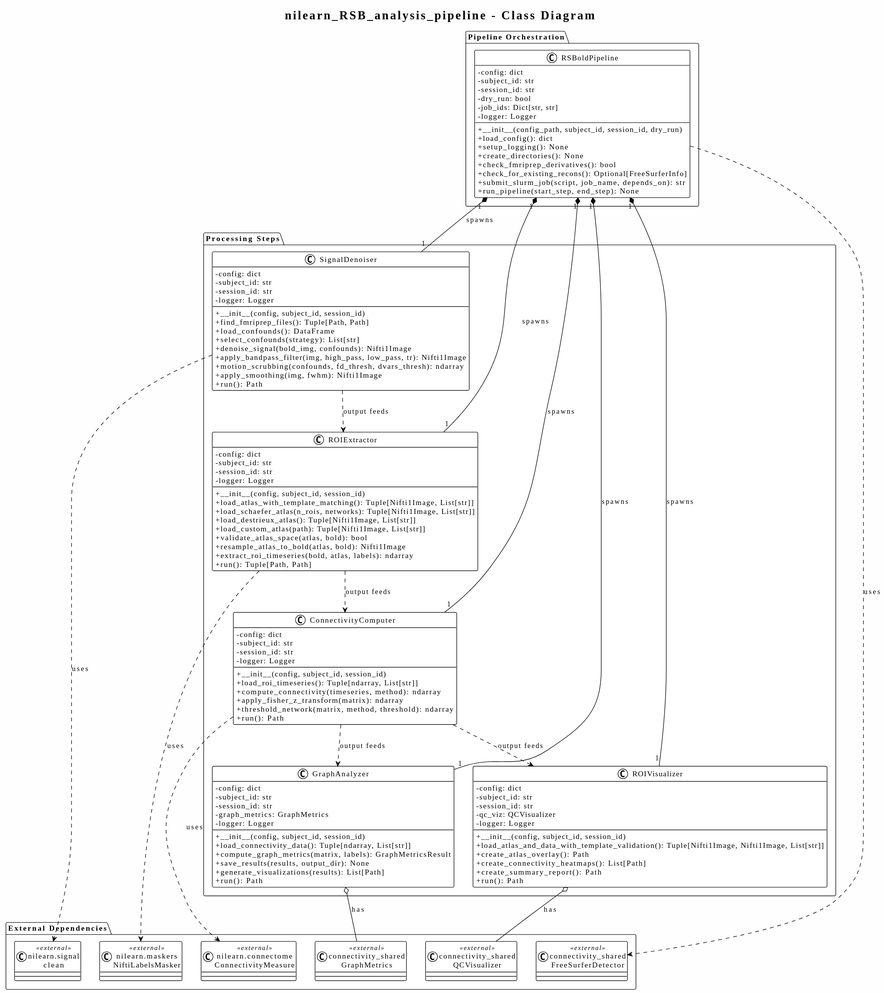
The PlantUML diagram docs/svg/class_fmri_pipeline.svg in MrRichard/combined_connectivity, before a commit. Source of this version:
```plantuml
@startuml
!theme plain
skinparam backgroundColor #FEFEFE
skinparam classAttributeIconSize 0

title nilearn_RSB_analysis_pipeline - Class Diagram

package "Pipeline Orchestration" {

    class RSBoldPipeline {
        -config: dict
        -subject_id: str
        -session_id: str
        -dry_run: bool
        -job_ids: Dict[str, str]
        -logger: Logger
        +__init__(config_path, subject_id, session_id, dry_run)
        +load_config(): dict
        +setup_logging(): None
        +create_directories(): None
        +check_fmriprep_derivatives(): bool
        +check_for_existing_recons(): Optional[FreeSurferInfo]
        +submit_slurm_job(script, job_name, depends_on): str
        +run_pipeline(start_step, end_step): None
    }
}

package "Processing Steps" {

    class SignalDenoiser {
        -config: dict
        -subject_id: str
        -session_id: str
        -logger: Logger
        +__init__(config, subject_id, session_id)
        +find_fmriprep_files(): Tuple[Path, Path]
        +load_confounds(): DataFrame
        +select_confounds(strategy): List[str]
        +denoise_signal(bold_img, confounds): Nifti1Image
        +apply_bandpass_filter(img, high_pass, low_pass, tr): Nifti1Image
        +motion_scrubbing(confounds, fd_thresh, dvars_thresh): ndarray
        +apply_smoothing(img, fwhm): Nifti1Image
        +run(): Path
    }

    class ROIExtractor {
        -config: dict
        -subject_id: str
        -session_id: str
        -logger: Logger
        +__init__(config, subject_id, session_id)
        +load_atlas_with_template_matching(): Tuple[Nifti1Image, List[str]]
        +load_schaefer_atlas(n_rois, networks): Tuple[Nifti1Image, List[str]]
        +load_destrieux_atlas(): Tuple[Nifti1Image, List[str]]
        +load_custom_atlas(path): Tuple[Nifti1Image, List[str]]
        +validate_atlas_space(atlas, bold): bool
        +resample_atlas_to_bold(atlas, bold): Nifti1Image
        +extract_roi_timeseries(bold, atlas, labels): ndarray
        +run(): Tuple[Path, Path]
    }

    class ConnectivityComputer {
        -config: dict
        -subject_id: str
        -session_id: str
        -logger: Logger
        +__init__(config, subject_id, session_id)
        +load_roi_timeseries(): Tuple[ndarray, List[str]]
        +compute_connectivity(timeseries, method): ndarray
        +apply_fisher_z_transform(matrix): ndarray
        +threshold_network(matrix, method, threshold): ndarray
        +run(): Path
    }

    class GraphAnalyzer {
        -config: dict
        -subject_id: str
        -session_id: str
        -graph_metrics: GraphMetrics
        -logger: Logger
        +__init__(config, subject_id, session_id)
        +load_connectivity_data(): Tuple[ndarray, List[str]]
        +compute_graph_metrics(matrix, labels): GraphMetricsResult
        +save_results(results, output_dir): None
        +generate_visualizations(results): List[Path]
        +run(): Path
    }

    class ROIVisualizer {
        -config: dict
        -subject_id: str
        -session_id: str
        -qc_viz: QCVisualizer
        -logger: Logger
        +__init__(config, subject_id, session_id)
        +load_atlas_and_data_with_template_validation(): Tuple[Nifti1Image, Nifti1Image, List[str]]
        +create_atlas_overlay(): Path
        +create_connectivity_heatmaps(): List[Path]
        +create_summary_report(): Path
        +run(): Path
    }
}

package "External Dependencies" {
    class "nilearn.connectome\nConnectivityMeasure" as CM <<external>>
    class "nilearn.maskers\nNiftiLabelsMasker" as NLM <<external>>
    class "nilearn.signal\nclean" as CLEAN <<external>>
    class "connectivity_shared\nGraphMetrics" as GM <<external>>
    class "connectivity_shared\nQCVisualizer" as QCV <<external>>
    class "connectivity_shared\nFreeSurferDetector" as FSD <<external>>
}

RSBoldPipeline "1" *-- "1" SignalDenoiser : spawns
RSBoldPipeline "1" *-- "1" ROIExtractor : spawns
RSBoldPipeline "1" *-- "1" ConnectivityComputer : spawns
RSBoldPipeline "1" *-- "1" GraphAnalyzer : spawns
RSBoldPipeline "1" *-- "1" ROIVisualizer : spawns

RSBoldPipeline ..> FSD : uses

SignalDenoiser ..> CLEAN : uses
ROIExtractor ..> NLM : uses
ConnectivityComputer ..> CM : uses
GraphAnalyzer o-- GM : has
ROIVisualizer o-- QCV : has

SignalDenoiser ..> ROIExtractor : output feeds
ROIExtractor ..> ConnectivityComputer : output feeds
ConnectivityComputer ..> GraphAnalyzer : output feeds
ConnectivityComputer ..> ROIVisualizer : output feeds
@enduml
```
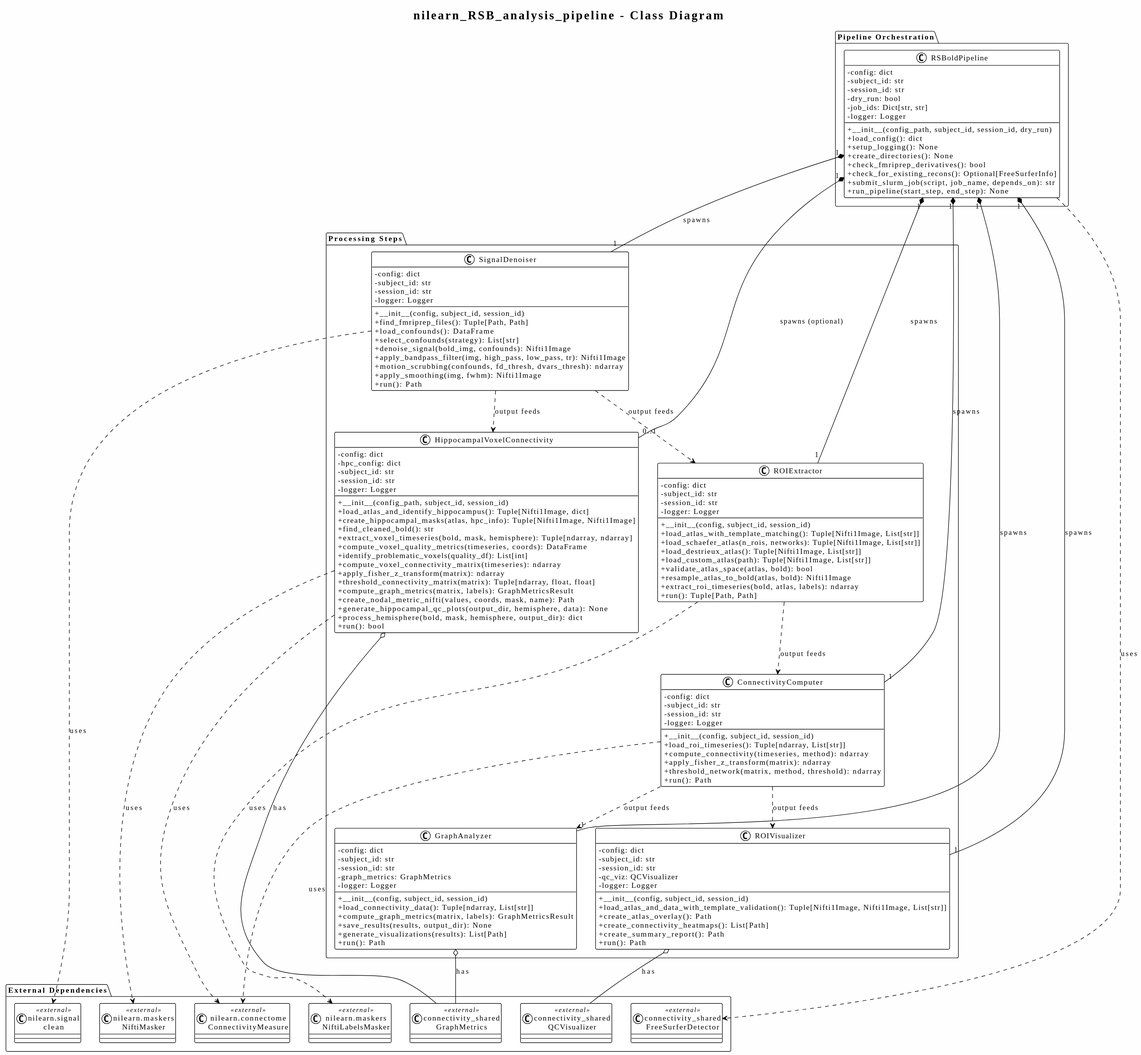
The same file after the commit.

Diff of the diagram source:
```diff
@@ -72,6 +72,29 @@
         +run(): Path
     }
 
+    class HippocampalVoxelConnectivity {
+        -config: dict
+        -hpc_config: dict
+        -subject_id: str
+        -session_id: str
+        -logger: Logger
+        +__init__(config_path, subject_id, session_id)
+        +load_atlas_and_identify_hippocampus(): Tuple[Nifti1Image, dict]
+        +create_hippocampal_masks(atlas, hpc_info): Tuple[Nifti1Image, Nifti1Image]
+        +find_cleaned_bold(): str
+        +extract_voxel_timeseries(bold, mask, hemisphere): Tuple[ndarray, ndarray]
+        +compute_voxel_quality_metrics(timeseries, coords): DataFrame
+        +identify_problematic_voxels(quality_df): List[int]
+        +compute_voxel_connectivity_matrix(timeseries): ndarray
+        +apply_fisher_z_transform(matrix): ndarray
+        +threshold_connectivity_matrix(matrix): Tuple[ndarray, float, float]
+        +compute_graph_metrics(matrix, labels): GraphMetricsResult
+        +create_nodal_metric_nifti(values, coords, mask, name): Path
+        +generate_hippocampal_qc_plots(output_dir, hemisphere, data): None
+        +process_hemisphere(bold, mask, hemisphere, output_dir): dict
+        +run(): bool
+    }
+
     class GraphAnalyzer {
         -config: dict
         -subject_id: str
@@ -104,6 +127,7 @@
 package "External Dependencies" {
     class "nilearn.connectome\nConnectivityMeasure" as CM <<external>>
     class "nilearn.maskers\nNiftiLabelsMasker" as NLM <<external>>
+    class "nilearn.maskers\nNiftiMasker" as NM <<external>>
     class "nilearn.signal\nclean" as CLEAN <<external>>
     class "connectivity_shared\nGraphMetrics" as GM <<external>>
     class "connectivity_shared\nQCVisualizer" as QCV <<external>>
@@ -113,6 +137,7 @@
 RSBoldPipeline "1" *-- "1" SignalDenoiser : spawns
 RSBoldPipeline "1" *-- "1" ROIExtractor : spawns
 RSBoldPipeline "1" *-- "1" ConnectivityComputer : spawns
+RSBoldPipeline "1" *-- "0..1" HippocampalVoxelConnectivity : spawns (optional)
 RSBoldPipeline "1" *-- "1" GraphAnalyzer : spawns
 RSBoldPipeline "1" *-- "1" ROIVisualizer : spawns
 
@@ -121,10 +146,14 @@
 SignalDenoiser ..> CLEAN : uses
 ROIExtractor ..> NLM : uses
 ConnectivityComputer ..> CM : uses
+HippocampalVoxelConnectivity ..> NM : uses
+HippocampalVoxelConnectivity ..> CM : uses
+HippocampalVoxelConnectivity o-- GM : has
 GraphAnalyzer o-- GM : has
 ROIVisualizer o-- QCV : has
 
 SignalDenoiser ..> ROIExtractor : output feeds
+SignalDenoiser ..> HippocampalVoxelConnectivity : output feeds
 ROIExtractor ..> ConnectivityComputer : output feeds
 ConnectivityComputer ..> GraphAnalyzer : output feeds
 ConnectivityComputer ..> ROIVisualizer : output feeds
```
